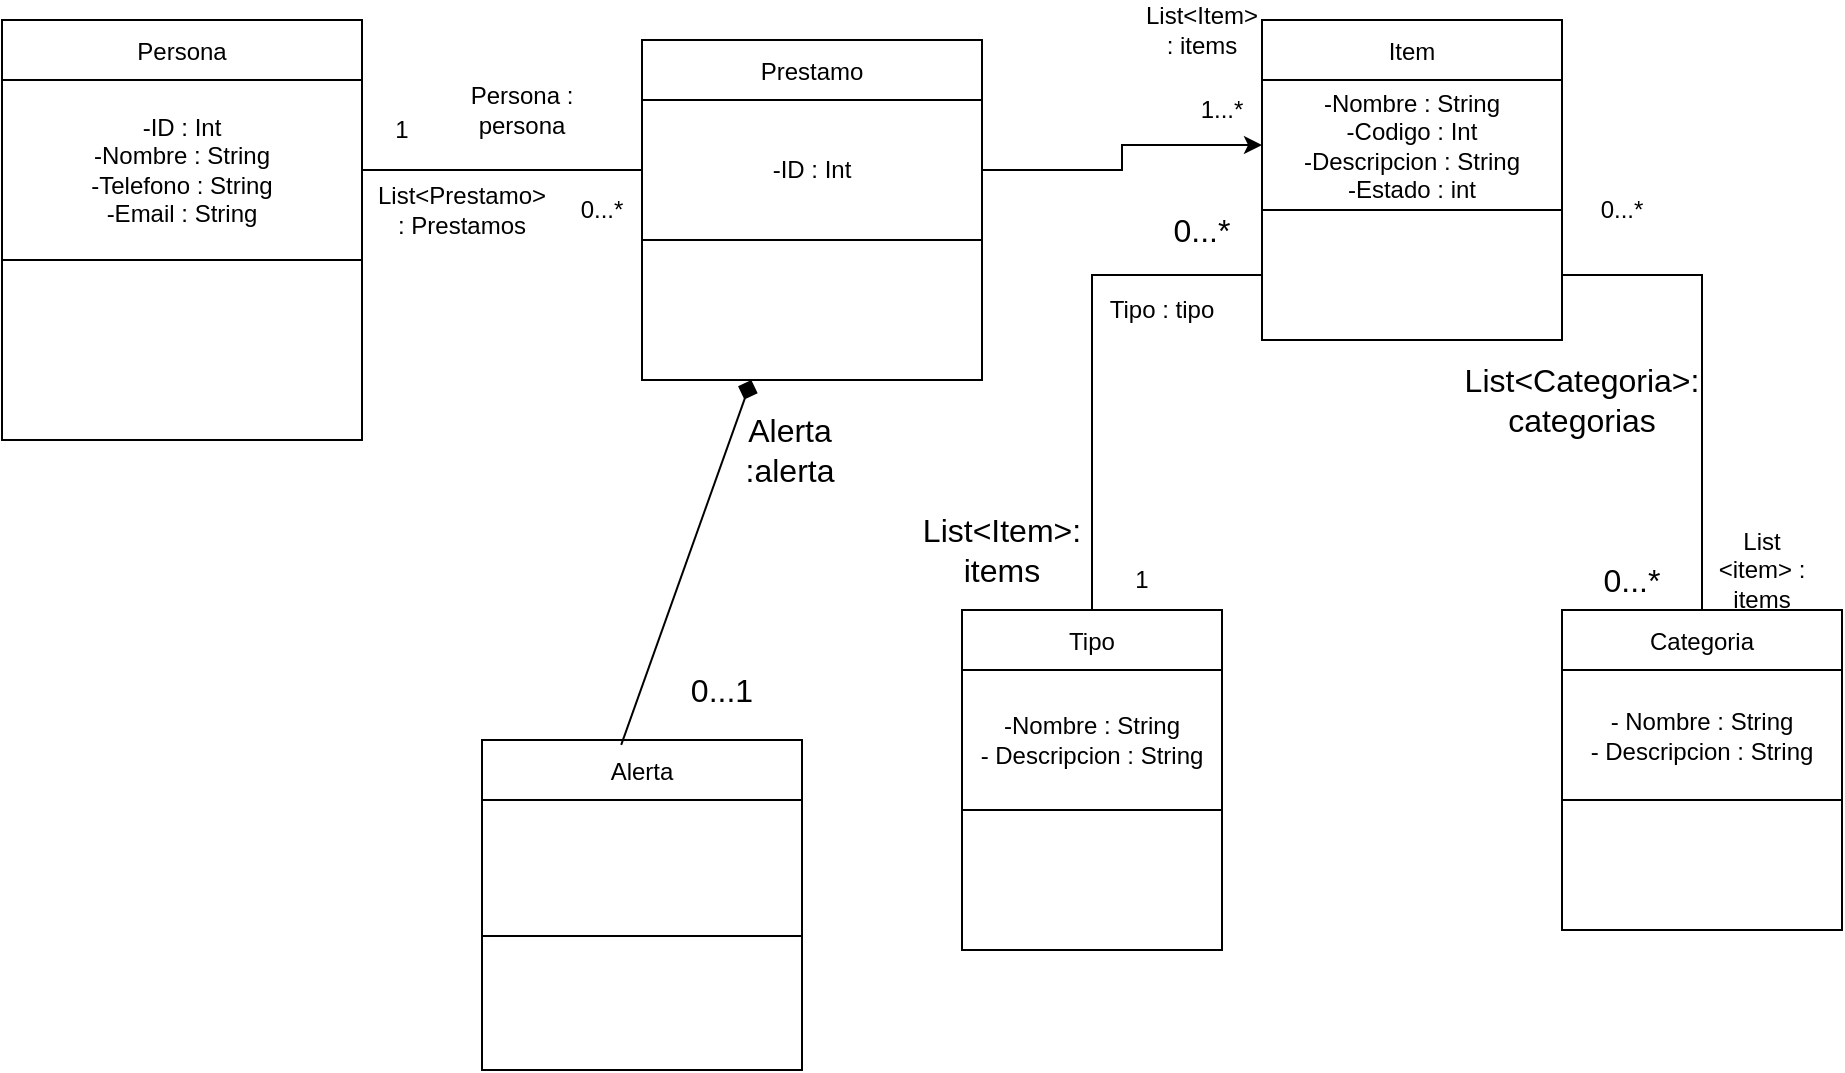
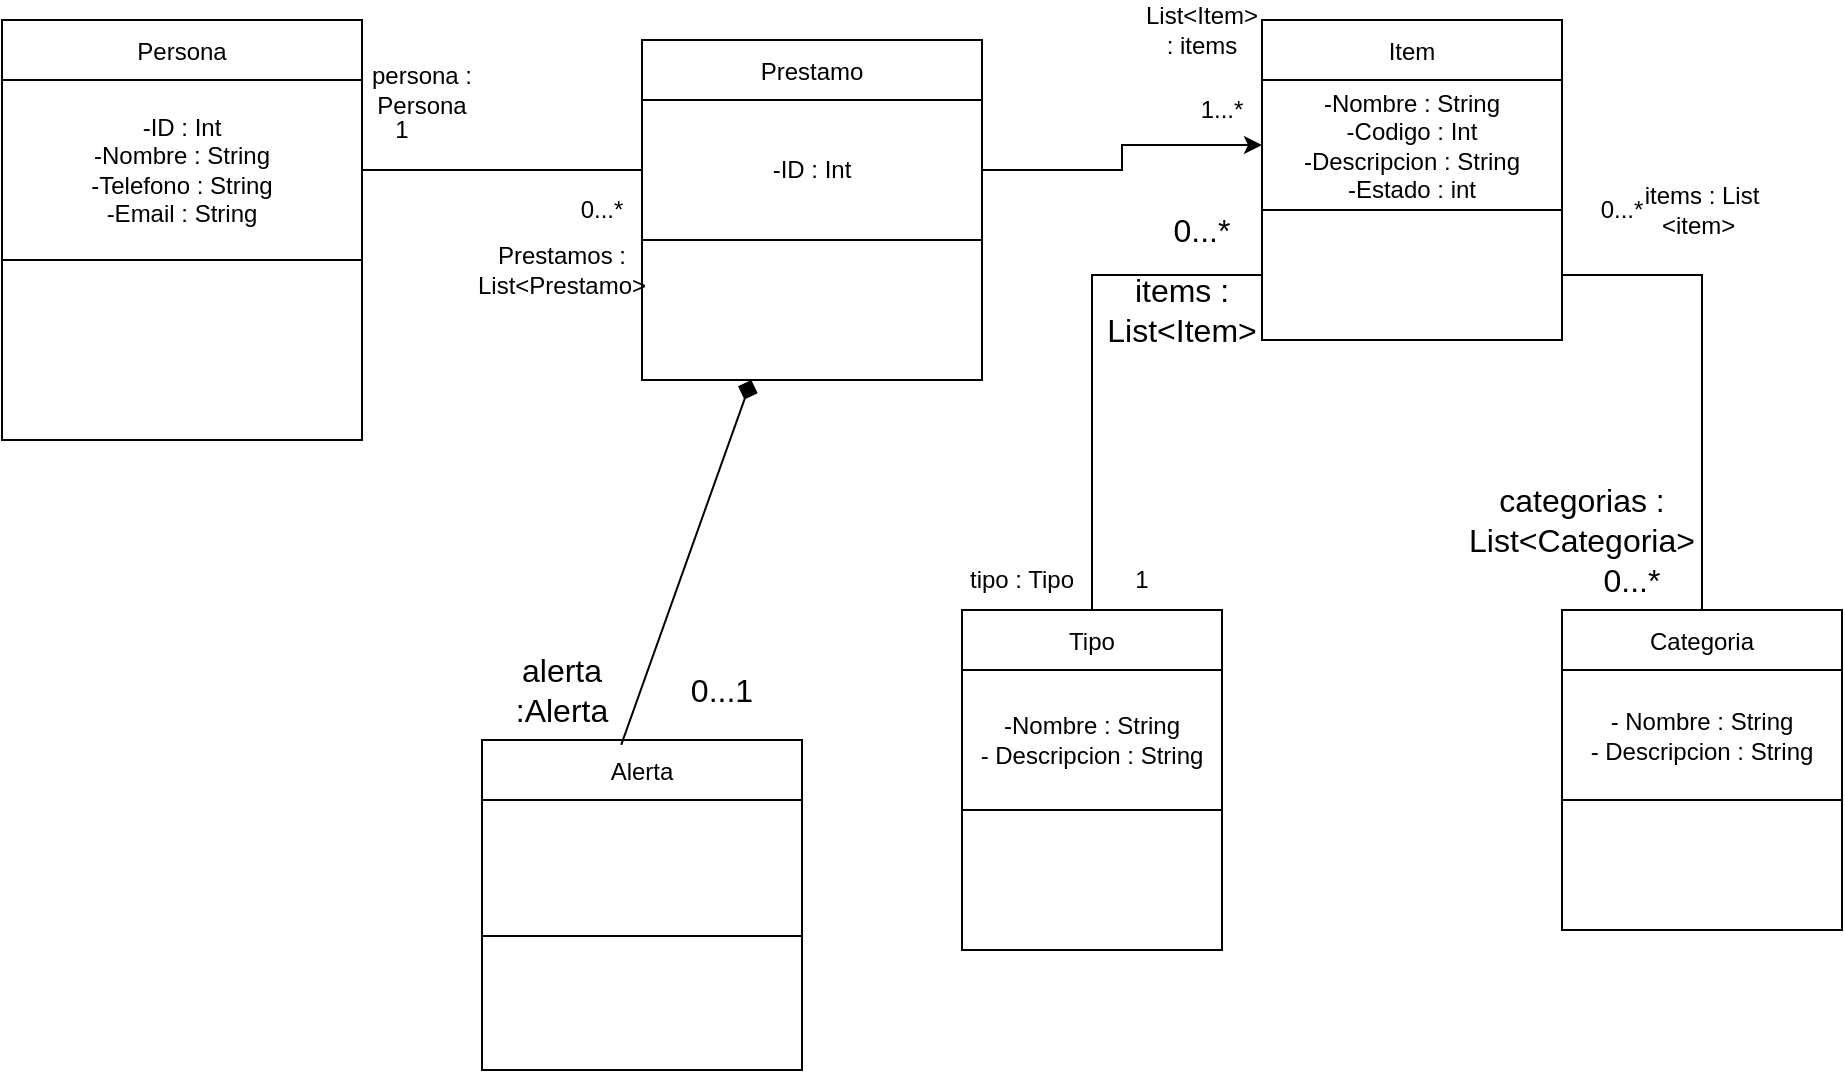
<mxfile host="app.diagrams.net">
  <diagram name="Página-1" id="gEKF-afSuJBGgSwqPxjD">
-     <mxGraphModel dx="1313" dy="792" grid="1" gridSize="10" guides="1" tooltips="1" connect="1" arrows="1" fold="1" page="1" pageScale="1" pageWidth="827" pageHeight="1169" math="0" shadow="0">
+     <mxGraphModel dx="1159" dy="699" grid="1" gridSize="10" guides="1" tooltips="1" connect="1" arrows="1" fold="1" page="1" pageScale="1" pageWidth="827" pageHeight="1169" math="0" shadow="0">
      <root>
        <mxCell id="0" />
        <mxCell id="1" parent="0" />
        <mxCell id="4vyR8nRWui6VSePEdvpd-1" parent="1" style="shape=table;startSize=30;container=1;collapsible=0;childLayout=tableLayout;fixedHeader=1;" value="Item" vertex="1">
          <mxGeometry height="160" width="150" x="650" y="40" as="geometry" />
        </mxCell>
        <mxCell id="4vyR8nRWui6VSePEdvpd-2" parent="4vyR8nRWui6VSePEdvpd-1" style="shape=tableRow;horizontal=0;startSize=0;swimlaneHead=0;swimlaneBody=0;strokeColor=inherit;top=0;left=0;bottom=0;right=0;collapsible=0;dropTarget=0;fillColor=none;points=[[0,0.5],[1,0.5]];portConstraint=eastwest;fixedHeader=1;" value="" vertex="1">
          <mxGeometry height="65" width="150" y="30" as="geometry" />
        </mxCell>
        <mxCell id="4vyR8nRWui6VSePEdvpd-3" parent="4vyR8nRWui6VSePEdvpd-2" style="shape=partialRectangle;html=1;whiteSpace=wrap;connectable=0;strokeColor=inherit;overflow=hidden;fillColor=none;top=0;left=0;bottom=0;right=0;pointerEvents=1;" value="-Nombre : String&lt;div&gt;-Codigo : Int&lt;/div&gt;&lt;div&gt;-Descripcion : String&lt;br&gt;-Estado : int&lt;/div&gt;" vertex="1">
          <mxGeometry height="65" width="150" as="geometry">
            <mxRectangle height="65" width="150" as="alternateBounds" />
          </mxGeometry>
        </mxCell>
        <mxCell id="4vyR8nRWui6VSePEdvpd-4" parent="4vyR8nRWui6VSePEdvpd-1" style="shape=tableRow;horizontal=0;startSize=0;swimlaneHead=0;swimlaneBody=0;strokeColor=inherit;top=0;left=0;bottom=0;right=0;collapsible=0;dropTarget=0;fillColor=none;points=[[0,0.5],[1,0.5]];portConstraint=eastwest;fixedHeader=1;" value="" vertex="1">
          <mxGeometry height="65" width="150" y="95" as="geometry" />
        </mxCell>
        <mxCell id="4vyR8nRWui6VSePEdvpd-5" parent="4vyR8nRWui6VSePEdvpd-4" style="shape=partialRectangle;html=1;whiteSpace=wrap;connectable=0;strokeColor=inherit;overflow=hidden;fillColor=none;top=0;left=0;bottom=0;right=0;pointerEvents=1;" value="" vertex="1">
          <mxGeometry height="65" width="150" as="geometry">
            <mxRectangle height="65" width="150" as="alternateBounds" />
          </mxGeometry>
        </mxCell>
        <mxCell id="4vyR8nRWui6VSePEdvpd-6" parent="1" style="shape=table;startSize=30;container=1;collapsible=0;childLayout=tableLayout;fixedHeader=1;" value="Persona" vertex="1">
          <mxGeometry height="210" width="180" x="20" y="40" as="geometry" />
        </mxCell>
        <mxCell id="4vyR8nRWui6VSePEdvpd-7" parent="4vyR8nRWui6VSePEdvpd-6" style="shape=tableRow;horizontal=0;startSize=0;swimlaneHead=0;swimlaneBody=0;strokeColor=inherit;top=0;left=0;bottom=0;right=0;collapsible=0;dropTarget=0;fillColor=none;points=[[0,0.5],[1,0.5]];portConstraint=eastwest;fixedHeader=1;" value="" vertex="1">
          <mxGeometry height="90" width="180" y="30" as="geometry" />
        </mxCell>
        <mxCell id="4vyR8nRWui6VSePEdvpd-8" parent="4vyR8nRWui6VSePEdvpd-7" style="shape=partialRectangle;html=1;whiteSpace=wrap;connectable=0;strokeColor=inherit;overflow=hidden;fillColor=none;top=0;left=0;bottom=0;right=0;pointerEvents=1;" value="-ID : Int&lt;div&gt;-Nombre : String&lt;br&gt;-Telefono : String&lt;br&gt;-Email : String&lt;/div&gt;" vertex="1">
          <mxGeometry height="90" width="180" as="geometry">
            <mxRectangle height="90" width="180" as="alternateBounds" />
          </mxGeometry>
        </mxCell>
        <mxCell id="4vyR8nRWui6VSePEdvpd-9" parent="4vyR8nRWui6VSePEdvpd-6" style="shape=tableRow;horizontal=0;startSize=0;swimlaneHead=0;swimlaneBody=0;strokeColor=inherit;top=0;left=0;bottom=0;right=0;collapsible=0;dropTarget=0;fillColor=none;points=[[0,0.5],[1,0.5]];portConstraint=eastwest;fixedHeader=1;" value="" vertex="1">
          <mxGeometry height="90" width="180" y="120" as="geometry" />
        </mxCell>
        <mxCell id="4vyR8nRWui6VSePEdvpd-10" parent="4vyR8nRWui6VSePEdvpd-9" style="shape=partialRectangle;html=1;whiteSpace=wrap;connectable=0;strokeColor=inherit;overflow=hidden;fillColor=none;top=0;left=0;bottom=0;right=0;pointerEvents=1;" value="" vertex="1">
          <mxGeometry height="90" width="180" as="geometry">
            <mxRectangle height="90" width="180" as="alternateBounds" />
          </mxGeometry>
        </mxCell>
        <mxCell id="4vyR8nRWui6VSePEdvpd-11" parent="1" style="shape=table;startSize=30;container=1;collapsible=0;childLayout=tableLayout;fixedHeader=1;" value="Tipo" vertex="1">
          <mxGeometry height="170" width="130" x="500" y="335" as="geometry" />
        </mxCell>
        <mxCell id="4vyR8nRWui6VSePEdvpd-12" parent="4vyR8nRWui6VSePEdvpd-11" style="shape=tableRow;horizontal=0;startSize=0;swimlaneHead=0;swimlaneBody=0;strokeColor=inherit;top=0;left=0;bottom=0;right=0;collapsible=0;dropTarget=0;fillColor=none;points=[[0,0.5],[1,0.5]];portConstraint=eastwest;fixedHeader=1;" value="" vertex="1">
          <mxGeometry height="70" width="130" y="30" as="geometry" />
        </mxCell>
        <mxCell id="4vyR8nRWui6VSePEdvpd-13" parent="4vyR8nRWui6VSePEdvpd-12" style="shape=partialRectangle;html=1;whiteSpace=wrap;connectable=0;strokeColor=inherit;overflow=hidden;fillColor=none;top=0;left=0;bottom=0;right=0;pointerEvents=1;" value="-Nombre : String&lt;br&gt;- Descripcion : String" vertex="1">
          <mxGeometry height="70" width="130" as="geometry">
            <mxRectangle height="70" width="130" as="alternateBounds" />
          </mxGeometry>
        </mxCell>
        <mxCell id="4vyR8nRWui6VSePEdvpd-14" parent="4vyR8nRWui6VSePEdvpd-11" style="shape=tableRow;horizontal=0;startSize=0;swimlaneHead=0;swimlaneBody=0;strokeColor=inherit;top=0;left=0;bottom=0;right=0;collapsible=0;dropTarget=0;fillColor=none;points=[[0,0.5],[1,0.5]];portConstraint=eastwest;fixedHeader=1;" value="" vertex="1">
          <mxGeometry height="70" width="130" y="100" as="geometry" />
        </mxCell>
        <mxCell id="4vyR8nRWui6VSePEdvpd-15" parent="4vyR8nRWui6VSePEdvpd-14" style="shape=partialRectangle;html=1;whiteSpace=wrap;connectable=0;strokeColor=inherit;overflow=hidden;fillColor=none;top=0;left=0;bottom=0;right=0;pointerEvents=1;" value="" vertex="1">
          <mxGeometry height="70" width="130" as="geometry">
            <mxRectangle height="70" width="130" as="alternateBounds" />
          </mxGeometry>
        </mxCell>
        <mxCell id="yxXcuck7RKNR2Met1NWS-10" edge="1" parent="1" source="4vyR8nRWui6VSePEdvpd-16" style="edgeStyle=orthogonalEdgeStyle;rounded=0;orthogonalLoop=1;jettySize=auto;html=1;entryX=1;entryY=0.5;entryDx=0;entryDy=0;endArrow=none;endFill=0;" target="4vyR8nRWui6VSePEdvpd-4">
          <mxGeometry relative="1" as="geometry">
            <mxPoint x="730" y="210" as="targetPoint" />
          </mxGeometry>
        </mxCell>
        <mxCell id="4vyR8nRWui6VSePEdvpd-16" parent="1" style="shape=table;startSize=30;container=1;collapsible=0;childLayout=tableLayout;fixedHeader=1;" value="Categoria" vertex="1">
          <mxGeometry height="160" width="140" x="800" y="335" as="geometry" />
        </mxCell>
        <mxCell id="4vyR8nRWui6VSePEdvpd-17" parent="4vyR8nRWui6VSePEdvpd-16" style="shape=tableRow;horizontal=0;startSize=0;swimlaneHead=0;swimlaneBody=0;strokeColor=inherit;top=0;left=0;bottom=0;right=0;collapsible=0;dropTarget=0;fillColor=none;points=[[0,0.5],[1,0.5]];portConstraint=eastwest;fixedHeader=1;" value="" vertex="1">
          <mxGeometry height="65" width="140" y="30" as="geometry" />
        </mxCell>
        <mxCell id="4vyR8nRWui6VSePEdvpd-18" parent="4vyR8nRWui6VSePEdvpd-17" style="shape=partialRectangle;html=1;whiteSpace=wrap;connectable=0;strokeColor=inherit;overflow=hidden;fillColor=none;top=0;left=0;bottom=0;right=0;pointerEvents=1;" value="- Nombre : String&lt;br&gt;- Descripcion : String" vertex="1">
          <mxGeometry height="65" width="140" as="geometry">
            <mxRectangle height="65" width="140" as="alternateBounds" />
          </mxGeometry>
        </mxCell>
        <mxCell id="4vyR8nRWui6VSePEdvpd-19" parent="4vyR8nRWui6VSePEdvpd-16" style="shape=tableRow;horizontal=0;startSize=0;swimlaneHead=0;swimlaneBody=0;strokeColor=inherit;top=0;left=0;bottom=0;right=0;collapsible=0;dropTarget=0;fillColor=none;points=[[0,0.5],[1,0.5]];portConstraint=eastwest;fixedHeader=1;" value="" vertex="1">
          <mxGeometry height="65" width="140" y="95" as="geometry" />
        </mxCell>
        <mxCell id="4vyR8nRWui6VSePEdvpd-20" parent="4vyR8nRWui6VSePEdvpd-19" style="shape=partialRectangle;html=1;whiteSpace=wrap;connectable=0;strokeColor=inherit;overflow=hidden;fillColor=none;top=0;left=0;bottom=0;right=0;pointerEvents=1;" value="" vertex="1">
          <mxGeometry height="65" width="140" as="geometry">
            <mxRectangle height="65" width="140" as="alternateBounds" />
          </mxGeometry>
        </mxCell>
        <mxCell id="4vyR8nRWui6VSePEdvpd-21" parent="1" style="shape=table;startSize=30;container=1;collapsible=0;childLayout=tableLayout;fixedHeader=1;" value="Prestamo" vertex="1">
          <mxGeometry height="170" width="170" x="340" y="50" as="geometry" />
        </mxCell>
        <mxCell id="4vyR8nRWui6VSePEdvpd-22" parent="4vyR8nRWui6VSePEdvpd-21" style="shape=tableRow;horizontal=0;startSize=0;swimlaneHead=0;swimlaneBody=0;strokeColor=inherit;top=0;left=0;bottom=0;right=0;collapsible=0;dropTarget=0;fillColor=none;points=[[0,0.5],[1,0.5]];portConstraint=eastwest;fixedHeader=1;" value="" vertex="1">
          <mxGeometry height="70" width="170" y="30" as="geometry" />
        </mxCell>
        <mxCell id="4vyR8nRWui6VSePEdvpd-23" parent="4vyR8nRWui6VSePEdvpd-22" style="shape=partialRectangle;html=1;whiteSpace=wrap;connectable=0;strokeColor=inherit;overflow=hidden;fillColor=none;top=0;left=0;bottom=0;right=0;pointerEvents=1;" value="-ID : Int" vertex="1">
          <mxGeometry height="70" width="170" as="geometry">
            <mxRectangle height="70" width="170" as="alternateBounds" />
          </mxGeometry>
        </mxCell>
        <mxCell id="4vyR8nRWui6VSePEdvpd-24" parent="4vyR8nRWui6VSePEdvpd-21" style="shape=tableRow;horizontal=0;startSize=0;swimlaneHead=0;swimlaneBody=0;strokeColor=inherit;top=0;left=0;bottom=0;right=0;collapsible=0;dropTarget=0;fillColor=none;points=[[0,0.5],[1,0.5]];portConstraint=eastwest;fixedHeader=1;" value="" vertex="1">
          <mxGeometry height="70" width="170" y="100" as="geometry" />
        </mxCell>
        <mxCell id="4vyR8nRWui6VSePEdvpd-25" parent="4vyR8nRWui6VSePEdvpd-24" style="shape=partialRectangle;html=1;whiteSpace=wrap;connectable=0;strokeColor=inherit;overflow=hidden;fillColor=none;top=0;left=0;bottom=0;right=0;pointerEvents=1;" value="" vertex="1">
          <mxGeometry height="70" width="170" as="geometry">
            <mxRectangle height="70" width="170" as="alternateBounds" />
          </mxGeometry>
        </mxCell>
        <mxCell id="yxXcuck7RKNR2Met1NWS-1" edge="1" parent="1" source="4vyR8nRWui6VSePEdvpd-22" style="edgeStyle=orthogonalEdgeStyle;rounded=0;orthogonalLoop=1;jettySize=auto;html=1;entryX=1;entryY=0.5;entryDx=0;entryDy=0;startArrow=none;startFill=0;endArrow=none;endFill=0;" target="4vyR8nRWui6VSePEdvpd-7">
          <mxGeometry relative="1" as="geometry" />
        </mxCell>
-         <mxCell id="yxXcuck7RKNR2Met1NWS-2" parent="1" style="text;html=1;whiteSpace=wrap;strokeColor=none;fillColor=none;align=center;verticalAlign=middle;rounded=0;" value="Persona : persona" vertex="1">
-           <mxGeometry height="30" width="60" x="250" y="70" as="geometry" />
+         <mxCell id="yxXcuck7RKNR2Met1NWS-2" parent="1" style="text;html=1;whiteSpace=wrap;strokeColor=none;fillColor=none;align=center;verticalAlign=middle;rounded=0;" value="persona : Persona" vertex="1">
+           <mxGeometry height="30" width="60" x="200" y="60" as="geometry" />
        </mxCell>
        <mxCell id="yxXcuck7RKNR2Met1NWS-3" parent="1" style="text;html=1;whiteSpace=wrap;strokeColor=none;fillColor=none;align=center;verticalAlign=middle;rounded=0;" value="1" vertex="1">
          <mxGeometry height="30" width="60" x="190" y="80" as="geometry" />
        </mxCell>
-         <mxCell id="yxXcuck7RKNR2Met1NWS-4" parent="1" style="text;html=1;whiteSpace=wrap;strokeColor=none;fillColor=none;align=center;verticalAlign=middle;rounded=0;" value="List&amp;lt;Prestamo&amp;gt; : Prestamos" vertex="1">
-           <mxGeometry height="30" width="60" x="220" y="120" as="geometry" />
+         <mxCell id="yxXcuck7RKNR2Met1NWS-4" parent="1" style="text;html=1;whiteSpace=wrap;strokeColor=none;fillColor=none;align=center;verticalAlign=middle;rounded=0;" value="Prestamos : List&amp;lt;Prestamo&amp;gt;" vertex="1">
+           <mxGeometry height="30" width="60" x="270" y="150" as="geometry" />
        </mxCell>
        <mxCell id="yxXcuck7RKNR2Met1NWS-5" parent="1" style="text;html=1;whiteSpace=wrap;strokeColor=none;fillColor=none;align=center;verticalAlign=middle;rounded=0;" value="0...*" vertex="1">
          <mxGeometry height="30" width="60" x="290" y="120" as="geometry" />
        </mxCell>
        <mxCell id="yxXcuck7RKNR2Met1NWS-6" edge="1" parent="1" source="4vyR8nRWui6VSePEdvpd-22" style="edgeStyle=orthogonalEdgeStyle;rounded=0;orthogonalLoop=1;jettySize=auto;html=1;" target="4vyR8nRWui6VSePEdvpd-2">
          <mxGeometry relative="1" as="geometry" />
        </mxCell>
        <mxCell id="yxXcuck7RKNR2Met1NWS-7" parent="1" style="text;html=1;whiteSpace=wrap;strokeColor=none;fillColor=none;align=center;verticalAlign=middle;rounded=0;" value="List&amp;lt;Item&amp;gt; : items" vertex="1">
          <mxGeometry height="30" width="60" x="590" y="30" as="geometry" />
        </mxCell>
        <mxCell id="yxXcuck7RKNR2Met1NWS-8" parent="1" style="text;html=1;whiteSpace=wrap;strokeColor=none;fillColor=none;align=center;verticalAlign=middle;rounded=0;" value="1...*" vertex="1">
          <mxGeometry height="30" width="60" x="600" y="70" as="geometry" />
        </mxCell>
        <mxCell id="yxXcuck7RKNR2Met1NWS-9" edge="1" parent="1" source="4vyR8nRWui6VSePEdvpd-4" style="edgeStyle=orthogonalEdgeStyle;rounded=0;orthogonalLoop=1;jettySize=auto;html=1;entryX=0.5;entryY=0;entryDx=0;entryDy=0;endArrow=none;endFill=0;" target="4vyR8nRWui6VSePEdvpd-11">
          <mxGeometry relative="1" as="geometry" />
        </mxCell>
-         <mxCell id="yxXcuck7RKNR2Met1NWS-11" parent="1" style="text;html=1;whiteSpace=wrap;strokeColor=none;fillColor=none;align=center;verticalAlign=middle;rounded=0;" value="Tipo : tipo" vertex="1">
-           <mxGeometry height="30" width="60" x="570" y="170" as="geometry" />
+         <mxCell id="yxXcuck7RKNR2Met1NWS-11" parent="1" style="text;html=1;whiteSpace=wrap;strokeColor=none;fillColor=none;align=center;verticalAlign=middle;rounded=0;" value="tipo : Tipo" vertex="1">
+           <mxGeometry height="30" width="60" x="500" y="305" as="geometry" />
        </mxCell>
        <mxCell id="yxXcuck7RKNR2Met1NWS-12" parent="1" style="text;html=1;whiteSpace=wrap;strokeColor=none;fillColor=none;align=center;verticalAlign=middle;rounded=0;" value="1" vertex="1">
          <mxGeometry height="30" width="60" x="560" y="305" as="geometry" />
        </mxCell>
-         <mxCell id="yxXcuck7RKNR2Met1NWS-13" parent="1" style="text;html=1;whiteSpace=wrap;strokeColor=none;fillColor=none;align=center;verticalAlign=middle;rounded=0;" value="List &amp;lt;item&lt;span style=&quot;background-color: transparent; color: light-dark(rgb(0, 0, 0), rgb(255, 255, 255));&quot;&gt;&amp;gt; : items&lt;/span&gt;" vertex="1">
-           <mxGeometry height="30" width="60" x="870" y="300" as="geometry" />
+         <mxCell id="yxXcuck7RKNR2Met1NWS-13" parent="1" style="text;html=1;whiteSpace=wrap;strokeColor=none;fillColor=none;align=center;verticalAlign=middle;rounded=0;" value="&lt;span style=&quot;background-color: transparent; color: light-dark(rgb(0, 0, 0), rgb(255, 255, 255));&quot;&gt;items :&amp;nbsp;&lt;/span&gt;List &amp;lt;item&lt;span style=&quot;color: light-dark(rgb(0, 0, 0), rgb(255, 255, 255)); background-color: transparent;&quot;&gt;&amp;gt;&amp;nbsp;&lt;/span&gt;" vertex="1">
+           <mxGeometry height="30" width="60" x="840" y="120" as="geometry" />
        </mxCell>
        <mxCell id="yxXcuck7RKNR2Met1NWS-14" parent="1" style="text;html=1;whiteSpace=wrap;strokeColor=none;fillColor=none;align=center;verticalAlign=middle;rounded=0;" value="0...*" vertex="1">
          <mxGeometry height="30" width="60" x="800" y="120" as="geometry" />
        </mxCell>
-         <mxCell id="rHPK8QVkW1MpjsA3PCO0-1" parent="1" style="text;html=1;whiteSpace=wrap;strokeColor=none;fillColor=none;align=center;verticalAlign=middle;rounded=0;fontSize=16;" value="List&amp;lt;Categoria&amp;gt;: categorias" vertex="1">
-           <mxGeometry height="60" width="100" x="760" y="200" as="geometry" />
+         <mxCell id="rHPK8QVkW1MpjsA3PCO0-1" parent="1" style="text;html=1;whiteSpace=wrap;strokeColor=none;fillColor=none;align=center;verticalAlign=middle;rounded=0;fontSize=16;" value="categorias : List&amp;lt;Categoria&amp;gt;" vertex="1">
+           <mxGeometry height="60" width="100" x="760" y="260" as="geometry" />
        </mxCell>
        <mxCell id="rHPK8QVkW1MpjsA3PCO0-2" parent="1" style="text;html=1;whiteSpace=wrap;strokeColor=none;fillColor=none;align=center;verticalAlign=middle;rounded=0;fontSize=16;" value="0...*" vertex="1">
          <mxGeometry height="30" width="70" x="800" y="305" as="geometry" />
        </mxCell>
-         <mxCell id="rHPK8QVkW1MpjsA3PCO0-3" parent="1" style="text;html=1;whiteSpace=wrap;strokeColor=none;fillColor=none;align=center;verticalAlign=middle;rounded=0;fontSize=16;" value="List&amp;lt;Item&amp;gt;: items" vertex="1">
-           <mxGeometry height="30" width="60" x="490" y="290" as="geometry" />
+         <mxCell id="rHPK8QVkW1MpjsA3PCO0-3" parent="1" style="text;html=1;whiteSpace=wrap;strokeColor=none;fillColor=none;align=center;verticalAlign=middle;rounded=0;fontSize=16;" value="items : List&amp;lt;Item&amp;gt;" vertex="1">
+           <mxGeometry height="30" width="60" x="580" y="170" as="geometry" />
        </mxCell>
        <mxCell id="rHPK8QVkW1MpjsA3PCO0-4" parent="1" style="text;html=1;whiteSpace=wrap;strokeColor=none;fillColor=none;align=center;verticalAlign=middle;rounded=0;fontSize=16;" value="0...*" vertex="1">
          <mxGeometry height="30" width="60" x="590" y="130" as="geometry" />
        </mxCell>
        <mxCell id="rHPK8QVkW1MpjsA3PCO0-5" parent="1" style="shape=table;startSize=30;container=1;collapsible=0;childLayout=tableLayout;fixedHeader=1;" value="Alerta" vertex="1">
          <mxGeometry height="165" width="160" x="260" y="400" as="geometry" />
        </mxCell>
        <mxCell id="rHPK8QVkW1MpjsA3PCO0-6" parent="rHPK8QVkW1MpjsA3PCO0-5" style="shape=tableRow;horizontal=0;startSize=0;swimlaneHead=0;swimlaneBody=0;strokeColor=inherit;top=0;left=0;bottom=0;right=0;collapsible=0;dropTarget=0;fillColor=none;points=[[0,0.5],[1,0.5]];portConstraint=eastwest;fixedHeader=1;" value="" vertex="1">
          <mxGeometry height="68" width="160" y="30" as="geometry" />
        </mxCell>
        <mxCell id="rHPK8QVkW1MpjsA3PCO0-7" parent="rHPK8QVkW1MpjsA3PCO0-6" style="shape=partialRectangle;html=1;whiteSpace=wrap;connectable=0;strokeColor=inherit;overflow=hidden;fillColor=none;top=0;left=0;bottom=0;right=0;pointerEvents=1;" value="" vertex="1">
          <mxGeometry height="68" width="160" as="geometry">
            <mxRectangle height="68" width="160" as="alternateBounds" />
          </mxGeometry>
        </mxCell>
        <mxCell id="rHPK8QVkW1MpjsA3PCO0-8" parent="rHPK8QVkW1MpjsA3PCO0-5" style="shape=tableRow;horizontal=0;startSize=0;swimlaneHead=0;swimlaneBody=0;strokeColor=inherit;top=0;left=0;bottom=0;right=0;collapsible=0;dropTarget=0;fillColor=none;points=[[0,0.5],[1,0.5]];portConstraint=eastwest;fixedHeader=1;" value="" vertex="1">
          <mxGeometry height="67" width="160" y="98" as="geometry" />
        </mxCell>
        <mxCell id="rHPK8QVkW1MpjsA3PCO0-9" parent="rHPK8QVkW1MpjsA3PCO0-8" style="shape=partialRectangle;html=1;whiteSpace=wrap;connectable=0;strokeColor=inherit;overflow=hidden;fillColor=none;top=0;left=0;bottom=0;right=0;pointerEvents=1;" value="" vertex="1">
          <mxGeometry height="67" width="160" as="geometry">
            <mxRectangle height="67" width="160" as="alternateBounds" />
          </mxGeometry>
        </mxCell>
        <mxCell id="rHPK8QVkW1MpjsA3PCO0-10" edge="1" parent="1" source="4vyR8nRWui6VSePEdvpd-21" style="edgeStyle=none;curved=1;rounded=0;orthogonalLoop=1;jettySize=auto;html=1;fontSize=12;startSize=8;endSize=8;entryX=0.435;entryY=0.015;entryDx=0;entryDy=0;entryPerimeter=0;endArrow=none;endFill=0;startArrow=diamond;startFill=1;" target="rHPK8QVkW1MpjsA3PCO0-5">
          <mxGeometry relative="1" as="geometry">
            <mxPoint x="390" y="400" as="targetPoint" />
          </mxGeometry>
        </mxCell>
-         <mxCell id="rHPK8QVkW1MpjsA3PCO0-11" parent="1" style="text;html=1;whiteSpace=wrap;strokeColor=none;fillColor=none;align=center;verticalAlign=middle;rounded=0;fontSize=16;" value="Alerta :alerta" vertex="1">
-           <mxGeometry height="30" width="60" x="384" y="240" as="geometry" />
+         <mxCell id="rHPK8QVkW1MpjsA3PCO0-11" parent="1" style="text;html=1;whiteSpace=wrap;strokeColor=none;fillColor=none;align=center;verticalAlign=middle;rounded=0;fontSize=16;" value="alerta :Alerta" vertex="1">
+           <mxGeometry height="30" width="60" x="270" y="360" as="geometry" />
        </mxCell>
        <mxCell id="rHPK8QVkW1MpjsA3PCO0-12" parent="1" style="text;html=1;whiteSpace=wrap;strokeColor=none;fillColor=none;align=center;verticalAlign=middle;rounded=0;fontSize=16;" value="0...1" vertex="1">
          <mxGeometry height="30" width="60" x="350" y="360" as="geometry" />
        </mxCell>
      </root>
    </mxGraphModel>
  </diagram>
</mxfile>
